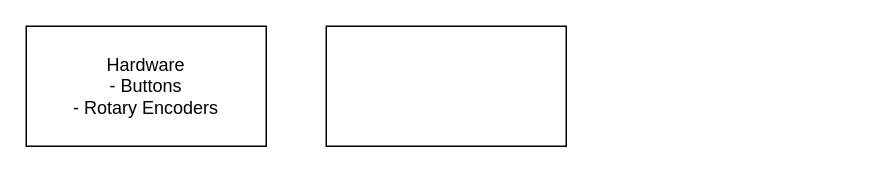
Above: Block diagram.drawio in Krfld/Lightroom-MIDI (draw.io), before the change. Source tidied: cells renumbered, new cells numbered last; positions are measured from the earlier drawing's top-left corner, leaving out a move shared by most shapes. Both pictures are drawn from the tidied source at 150%, with x=0, y=0 at pixel (26, 26).
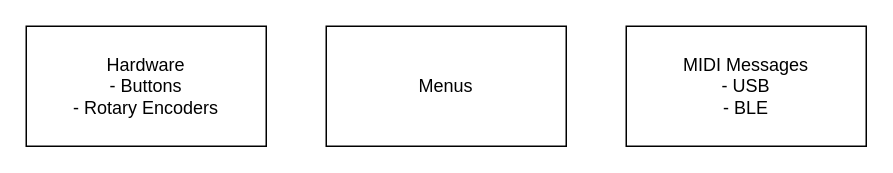
After the change.

The edit, as a diff of the source:
```diff
@@
 <mxGraphModel>
   <root>
     <mxCell id="0" />
     <mxCell id="1" parent="0" />
     <mxCell id="2" value="Hardware&lt;br&gt;- Buttons&lt;br&gt;- Rotary Encoders" style="rounded=0;whiteSpace=wrap;html=1;" parent="1" vertex="1">
       <mxGeometry width="160" height="80" as="geometry" />
     </mxCell>
-    <mxCell id="3" style="rounded=0;whiteSpace=wrap;html=1;" parent="1" vertex="1">
-      <mxGeometry x="200" width="160" height="80" as="geometry" />
+    <mxCell id="3" value="MIDI Messages&lt;br&gt;- USB&lt;br&gt;- BLE" style="rounded=0;whiteSpace=wrap;html=1;" parent="1" vertex="1">
+      <mxGeometry x="400" width="160" height="80" as="geometry" />
     </mxCell>
+    <mxCell id="4" value="Menus" style="rounded=0;whiteSpace=wrap;html=1;" parent="1" vertex="1">
+      <mxGeometry x="200" width="160" height="80" as="geometry" />
+    </mxCell>
   </root>
 </mxGraphModel>
```
